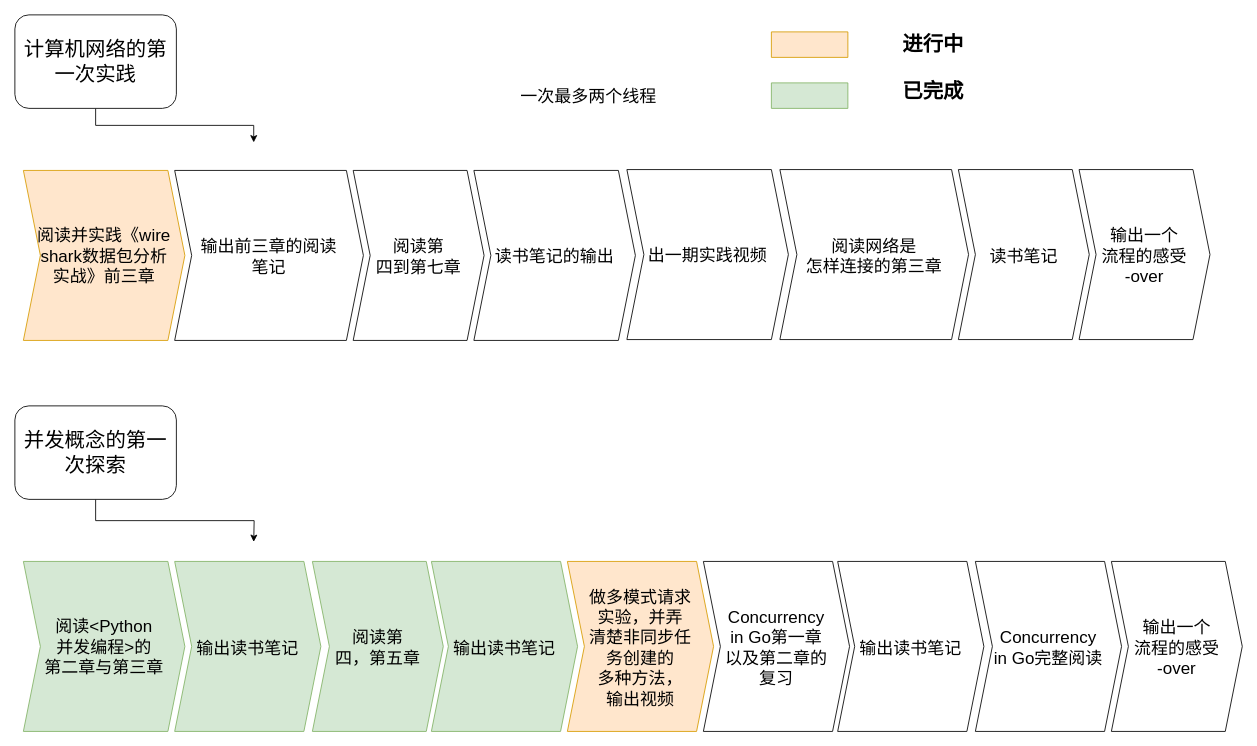
The draw.io diagram scheduler.drawio in xiaoniaoyouhuajiang/scheduler, before the edit. Source tidied: cells renumbered, new cells numbered last; positions are measured from the earlier drawing's top-left corner, leaving out a move shared by most shapes. Both pictures are drawn from the tidied source at 85%, with x=0, y=0 at pixel (14, 14).
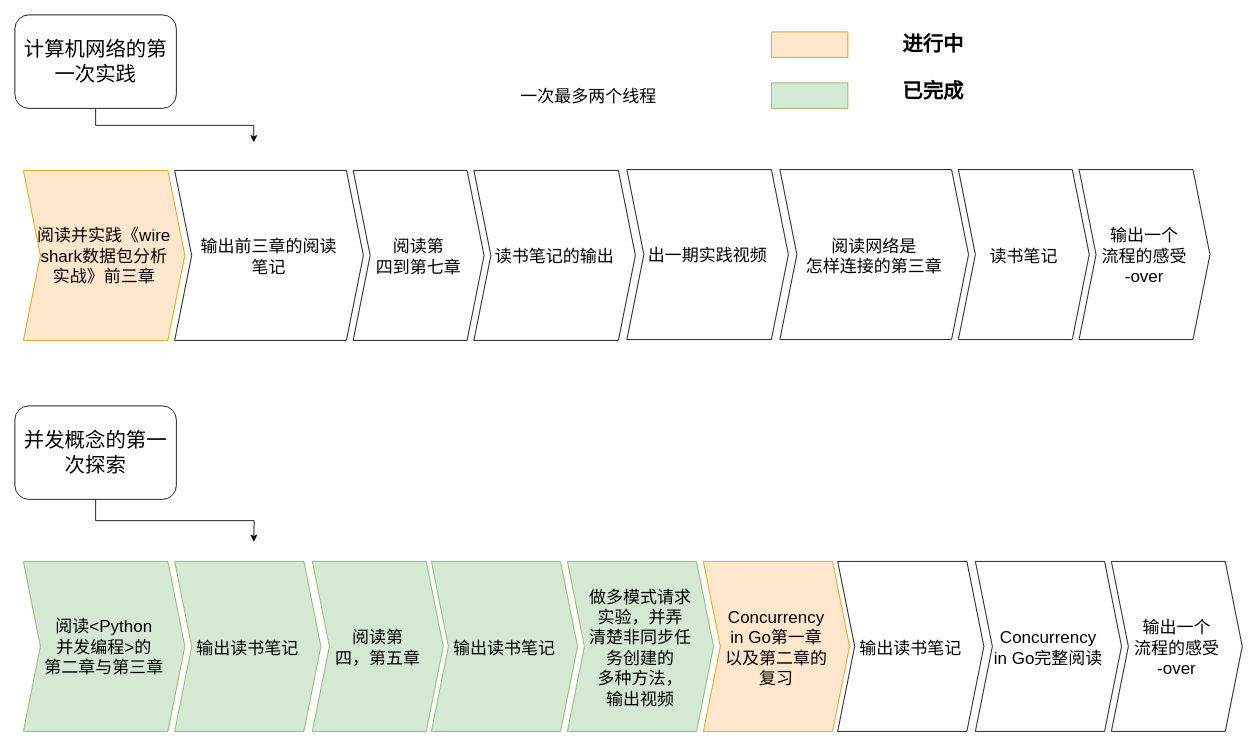
The same diagram, later.

What changed in the source:
```diff
@@
-    <mxCell id="25" value="做多模式请求&#10;实验，并弄&#10;清楚非同步任&#10;务创建的&#10;多种方法，&#10;输出视频" style="shape=step;perimeter=stepPerimeter;fixedSize=1;fontSize=20;fillColor=#ffe6cc;strokeColor=#d79b00;" parent="1" vertex="1">
+    <mxCell id="25" value="做多模式请求&#10;实验，并弄&#10;清楚非同步任&#10;务创建的&#10;多种方法，&#10;输出视频" style="shape=step;perimeter=stepPerimeter;fixedSize=1;fontSize=20;fillColor=#d5e8d4;strokeColor=#82b366;" parent="1" vertex="1">
       <mxGeometry x="650" y="643" width="172" height="200" as="geometry" />
     </mxCell>
-    <mxCell id="26" value="Concurrency &#10;in Go第一章&#10;以及第二章的&#10;复习" style="shape=step;perimeter=stepPerimeter;fixedSize=1;fontSize=20;" parent="1" vertex="1">
+    <mxCell id="26" value="Concurrency &#10;in Go第一章&#10;以及第二章的&#10;复习" style="shape=step;perimeter=stepPerimeter;fixedSize=1;fontSize=20;fillColor=#ffe6cc;strokeColor=#d79b00;" parent="1" vertex="1">
       <mxGeometry x="810" y="643" width="172" height="200" as="geometry" />
     </mxCell>
```
